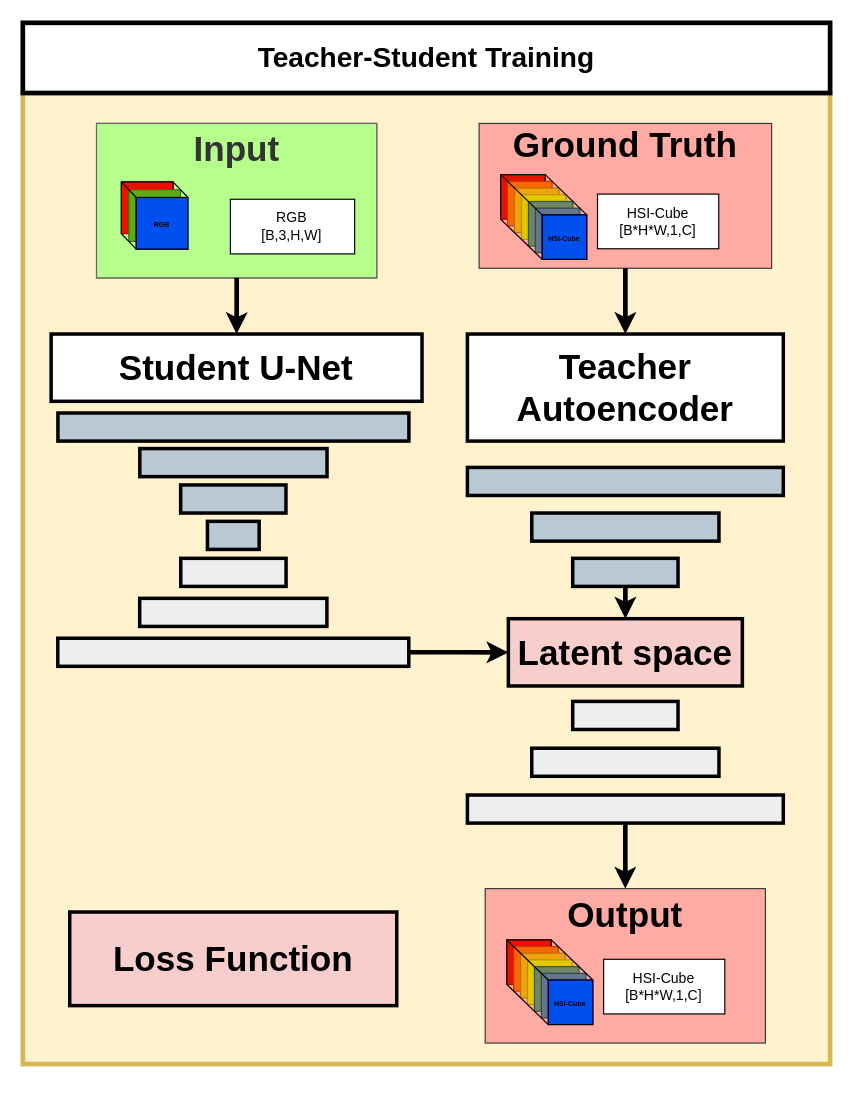
Before: page "Seite-1" (1 of 3) of TeacherStudentModel.drawio in Kevb-source/diagramms.net, a draw.io diagram. Source tidied: cells renumbered, new cells numbered last; positions are measured from the earlier drawing's top-left corner, leaving out a move shared by most shapes. Both pictures are drawn from the tidied source at 117%, with x=0, y=0 at pixel (22, 22).
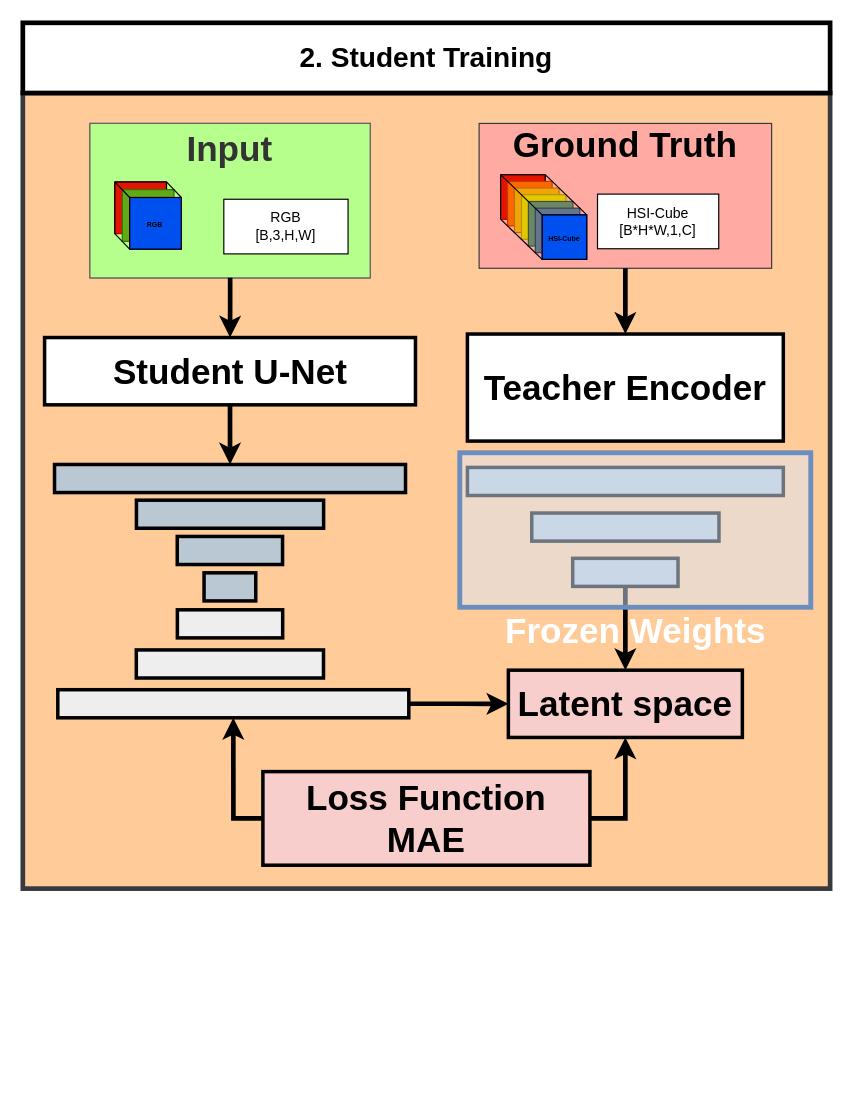
After the change.

The edit, as a diff of the source:
```diff
@@
-    <mxCell id="2" style="rounded=0;whiteSpace=wrap;html=1;strokeWidth=4;fillColor=#fff2cc;strokeColor=#d6b656;" parent="1" vertex="1">
-      <mxGeometry y="60" width="690" height="830" as="geometry" />
+    <mxCell id="2" style="rounded=0;whiteSpace=wrap;html=1;strokeWidth=4;fillColor=#ffcc99;strokeColor=#36393d;" parent="1" vertex="1">
+      <mxGeometry y="60" width="690" height="680" as="geometry" />
     </mxCell>
     <mxCell id="3" style="group;fillColor=#B6FF8D;strokeColor=#36393d;" parent="1" vertex="1">
-      <mxGeometry x="63" y="86" width="239.5" height="132" as="geometry" />
+      <mxGeometry x="57.4" y="86" width="239.5" height="132" as="geometry" />
     </mxCell>
@@
-    <mxCell id="18" value="&lt;h1 align=&quot;center&quot;&gt;Teacher-Student Training&lt;/h1&gt;" style="rounded=0;whiteSpace=wrap;html=1;strokeWidth=4;" parent="1" vertex="1">
+    <mxCell id="18" value="&lt;h1 align=&quot;center&quot;&gt;2. Student Training&lt;/h1&gt;" style="rounded=0;whiteSpace=wrap;html=1;strokeWidth=4;" parent="1" vertex="1">
       <mxGeometry width="690" height="60" as="geometry" />
     </mxCell>
-    <mxCell id="19" value="&lt;font style=&quot;font-size: 30px;&quot;&gt;&lt;b&gt;Teacher Autoencoder&lt;/b&gt;&lt;/font&gt;" style="rounded=0;whiteSpace=wrap;html=1;strokeWidth=3;" parent="1" vertex="1">
+    <mxCell id="19" value="&lt;font style=&quot;font-size: 30px;&quot;&gt;&lt;b&gt;Teacher Encoder&lt;/b&gt;&lt;/font&gt;" style="rounded=0;whiteSpace=wrap;html=1;strokeWidth=3;" parent="1" vertex="1">
       <mxGeometry x="380" y="266" width="270" height="91.5" as="geometry" />
     </mxCell>
@@
     <mxCell id="39" value="&lt;font style=&quot;font-size: 30px; color: rgb(0, 0, 0);&quot;&gt;&lt;b&gt;Student U-Net&lt;/b&gt;&lt;/font&gt;" style="rounded=0;whiteSpace=wrap;html=1;strokeWidth=3;" parent="1" vertex="1">
-      <mxGeometry x="24.2" y="266" width="317" height="57.5" as="geometry" />
+      <mxGeometry x="18.6" y="269" width="317" height="57.5" as="geometry" />
     </mxCell>
     <mxCell id="40" style="rounded=0;whiteSpace=wrap;html=1;fillColor=#BAC8D3;strokeColor=#000000;strokeWidth=3;fontColor=#ffffff;" parent="1" vertex="1">
-      <mxGeometry x="30" y="333.5" width="300" height="24" as="geometry" />
+      <mxGeometry x="27.1" y="377.5" width="300" height="24" as="geometry" />
     </mxCell>
     <mxCell id="41" value="&lt;div&gt;&lt;b&gt;&lt;font style=&quot;font-size: 30px;&quot;&gt;Latent space&lt;/font&gt;&lt;/b&gt;&lt;/div&gt;" style="rounded=0;whiteSpace=wrap;html=1;fillColor=#f8cecc;strokeColor=#000000;strokeWidth=3;" parent="1" vertex="1">
-      <mxGeometry x="415" y="509.3" width="200" height="57.5" as="geometry" />
+      <mxGeometry x="415" y="553.3" width="200" height="57.5" as="geometry" />
     </mxCell>
     <mxCell id="42" style="rounded=0;whiteSpace=wrap;html=1;fillColor=#BAC8D3;strokeColor=#000000;strokeWidth=3;fontColor=#ffffff;" parent="1" vertex="1">
-      <mxGeometry x="157.8" y="426.1" width="44.2" height="24" as="geometry" />
+      <mxGeometry x="154.9" y="470.1" width="44.2" height="24" as="geometry" />
     </mxCell>
     <mxCell id="43" style="rounded=0;whiteSpace=wrap;html=1;fillColor=#BAC8D3;strokeColor=#000000;strokeWidth=3;fontColor=#ffffff;" parent="1" vertex="1">
-      <mxGeometry x="100" y="363.9" width="160" height="24" as="geometry" />
+      <mxGeometry x="97.1" y="408" width="160" height="24" as="geometry" />
     </mxCell>
     <mxCell id="44" style="rounded=0;whiteSpace=wrap;html=1;fillColor=#BAC8D3;strokeColor=#000000;strokeWidth=3;fontColor=#ffffff;" parent="1" vertex="1">
-      <mxGeometry x="134.9" y="395" width="90" height="24" as="geometry" />
+      <mxGeometry x="132" y="439" width="90" height="24" as="geometry" />
     </mxCell>
     <mxCell id="45" style="rounded=0;whiteSpace=wrap;html=1;fillColor=#EEEEEE;strokeColor=#000000;strokeWidth=3;fontColor=#ffffff;" parent="1" vertex="1">
-      <mxGeometry x="135" y="457.7" width="90" height="24" as="geometry" />
+      <mxGeometry x="132.1" y="501.7" width="90" height="24" as="geometry" />
     </mxCell>
     <mxCell id="46" style="rounded=0;whiteSpace=wrap;html=1;fillColor=#EEEEEE;strokeColor=#000000;strokeWidth=3;fontColor=#ffffff;" parent="1" vertex="1">
-      <mxGeometry x="99.9" y="491.9" width="160" height="24" as="geometry" />
+      <mxGeometry x="97" y="536" width="160" height="24" as="geometry" />
     </mxCell>
@@
     <mxCell id="48" style="rounded=0;whiteSpace=wrap;html=1;fillColor=#EEEEEE;strokeColor=#000000;strokeWidth=3;fontColor=#ffffff;" parent="1" vertex="1">
-      <mxGeometry x="29.9" y="526" width="300" height="24" as="geometry" />
+      <mxGeometry x="29.9" y="570" width="300" height="24" as="geometry" />
     </mxCell>
@@
-    <mxCell id="53" style="edgeStyle=orthogonalEdgeStyle;rounded=0;jettySize=auto;html=1;entryX=0.5;entryY=0;entryDx=0;entryDy=0;strokeWidth=4;" parent="1" edge="1" source="54" target="58">
-      <mxGeometry relative="1" as="geometry" />
-    </mxCell>
-    <mxCell id="54" style="rounded=0;whiteSpace=wrap;html=1;fillColor=#EEEEEE;strokeColor=#000000;strokeWidth=3;fontColor=#ffffff;" parent="1" vertex="1">
-      <mxGeometry x="380" y="660" width="270" height="24" as="geometry" />
-    </mxCell>
-    <mxCell id="55" style="rounded=0;whiteSpace=wrap;html=1;fillColor=#EEEEEE;strokeColor=#000000;strokeWidth=3;fontColor=#ffffff;" parent="1" vertex="1">
-      <mxGeometry x="435" y="620" width="160" height="24" as="geometry" />
-    </mxCell>
-    <mxCell id="56" style="rounded=0;whiteSpace=wrap;html=1;fillColor=#EEEEEE;strokeColor=#000000;strokeWidth=3;fontColor=#ffffff;" parent="1" vertex="1">
-      <mxGeometry x="470" y="580" width="90" height="24" as="geometry" />
-    </mxCell>
-    <mxCell id="57" style="group;" parent="1" vertex="1">
-      <mxGeometry x="395.2" y="740" width="239.5" height="150" as="geometry" />
-    </mxCell>
-    <mxCell id="58" value="&lt;br&gt;&lt;h1 align=&quot;center&quot;&gt;&lt;b&gt;&lt;font style=&quot;font-size: 30px;&quot;&gt;Output&lt;/font&gt;&lt;/b&gt;&lt;/h1&gt;&lt;div&gt;&lt;br&gt;&lt;/div&gt;&lt;div&gt;&lt;br&gt;&lt;/div&gt;&lt;div&gt;&lt;br&gt;&lt;/div&gt;&lt;div&gt;&lt;br&gt;&lt;/div&gt;&lt;div&gt;&lt;br&gt;&lt;/div&gt;&lt;div&gt;&lt;br&gt;&lt;/div&gt;&lt;div&gt;&lt;br&gt;&lt;/div&gt;" style="rounded=0;whiteSpace=wrap;html=1;align=center;fillColor=#FFAAA2;strokeColor=#36393d;" parent="57" vertex="1">
-      <mxGeometry width="239.5" height="132" as="geometry" />
-    </mxCell>
-    <mxCell id="59" style="group;" parent="57" vertex="1">
-      <mxGeometry x="18.4" y="43.8" width="82.9" height="80" as="geometry" />
-    </mxCell>
-    <mxCell id="60" style="whiteSpace=wrap;html=1;fillColor=#e51400;fontColor=#ffffff;strokeColor=#B20000;" parent="59" vertex="1">
-      <mxGeometry width="38.1" height="38.1" as="geometry" />
-    </mxCell>
-    <mxCell id="61" style="endArrow=none;html=1;rounded=0;entryX=1;entryY=0;entryDx=0;entryDy=0;exitX=1;exitY=1;exitDx=0;exitDy=0;" parent="59" edge="1" source="60" target="60">
-      <mxGeometry relative="1" as="geometry" />
-    </mxCell>
-    <mxCell id="62" style="whiteSpace=wrap;html=1;fillColor=#fa6800;fontColor=#000000;strokeColor=#C73500;" parent="59" vertex="1">
-      <mxGeometry x="5.9" y="5.7" width="38.1" height="38.1" as="geometry" />
-    </mxCell>
-    <mxCell id="63" style="whiteSpace=wrap;html=1;fillColor=#f0a30a;fontColor=#000000;strokeColor=#BD7000;" parent="59" vertex="1">
-      <mxGeometry x="11.8" y="11.4" width="38.1" height="38.1" as="geometry" />
-    </mxCell>
-    <mxCell id="64" style="whiteSpace=wrap;html=1;fillColor=#e3c800;fontColor=#000000;strokeColor=#B09500;" parent="59" vertex="1">
-      <mxGeometry x="17.8" y="17.1" width="38.1" height="38.1" as="geometry" />
-    </mxCell>
-    <mxCell id="65" style="whiteSpace=wrap;html=1;fillColor=#6d8764;fontColor=#ffffff;strokeColor=#3A5431;" parent="59" vertex="1">
-      <mxGeometry x="23.7" y="22.9" width="38.1" height="38.1" as="geometry" />
-    </mxCell>
-    <mxCell id="66" style="whiteSpace=wrap;html=1;fillColor=#647687;fontColor=#ffffff;strokeColor=#314354;" parent="59" vertex="1">
-      <mxGeometry x="29.6" y="28.6" width="38.1" height="38.1" as="geometry" />
-    </mxCell>
-    <mxCell id="67" style="whiteSpace=wrap;html=1;fillColor=#0050ef;strokeColor=#001DBC;fontColor=#ffffff;" parent="59" vertex="1">
-      <mxGeometry x="35.5" y="34.3" width="38.1" height="38.1" as="geometry" />
-    </mxCell>
-    <mxCell id="68" value="&lt;div align=&quot;center&quot;&gt;&lt;font style=&quot;font-size: 6px;&quot;&gt;&lt;b&gt;HSI-Cube&lt;/b&gt;&lt;/font&gt;&lt;/div&gt;" style="whiteSpace=wrap;html=1;fillColor=none;align=center;" parent="59" vertex="1">
-      <mxGeometry x="35.5" y="34.3" width="38.1" height="38.1" as="geometry" />
-    </mxCell>
-    <mxCell id="69" style="endArrow=none;html=1;rounded=0;entryX=1;entryY=0;entryDx=0;entryDy=0;exitX=1;exitY=0;exitDx=0;exitDy=0;" parent="59" edge="1" source="60" target="68">
-      <mxGeometry relative="1" as="geometry" />
-    </mxCell>
-    <mxCell id="70" style="endArrow=none;html=1;rounded=0;entryX=0;entryY=0;entryDx=0;entryDy=0;exitX=0;exitY=0;exitDx=0;exitDy=0;" parent="59" edge="1" source="60" target="68">
-      <mxGeometry relative="1" as="geometry" />
-    </mxCell>
-    <mxCell id="71" style="endArrow=none;html=1;rounded=0;entryX=0;entryY=1;entryDx=0;entryDy=0;exitX=0;exitY=1;exitDx=0;exitDy=0;" parent="59" edge="1" source="60" target="68">
-      <mxGeometry relative="1" as="geometry" />
-    </mxCell>
-    <mxCell id="72" style="endArrow=none;html=1;rounded=0;entryX=0;entryY=0;entryDx=0;entryDy=0;exitX=0;exitY=1;exitDx=0;exitDy=0;" parent="59" edge="1" source="60" target="60">
-      <mxGeometry relative="1" as="geometry" />
-    </mxCell>
-    <mxCell id="73" style="endArrow=none;html=1;rounded=0;entryX=0;entryY=0;entryDx=0;entryDy=0;exitX=1;exitY=0;exitDx=0;exitDy=0;" parent="59" edge="1" source="60" target="60">
-      <mxGeometry relative="1" as="geometry" />
-    </mxCell>
-    <mxCell id="74" value="HSI-Cube&lt;br&gt;[B*H*W,1,C]" style="rounded=0;whiteSpace=wrap;html=1;" parent="57" vertex="1">
-      <mxGeometry x="101.2" y="60.4" width="103.6" height="46.7" as="geometry" />
-    </mxCell>
+    <mxCell id="76" style="rounded=0;whiteSpace=wrap;html=1;strokeWidth=4;fillColor=#dae8fc;strokeColor=#6c8ebf;opacity=50;" parent="1" vertex="1">
+      <mxGeometry x="373.5" y="367.5" width="300" height="132" as="geometry" />
+    </mxCell>
+    <mxCell id="77" style="endArrow=classic;startArrow=classic;html=1;rounded=0;entryX=0.5;entryY=1;entryDx=0;entryDy=0;exitX=0.5;exitY=1;exitDx=0;exitDy=0;strokeWidth=4;" parent="1" edge="1" source="41" target="48">
+      <mxGeometry relative="1" as="geometry">
+        <Array as="points">
+          <mxPoint x="515" y="680" />
+          <mxPoint x="180" y="680" />
+        </Array>
+      </mxGeometry>
+    </mxCell>
-    <mxCell id="75" value="&lt;div&gt;&lt;b&gt;&lt;font style=&quot;font-size: 30px;&quot;&gt;Loss Function&lt;/font&gt;&lt;/b&gt;&lt;/div&gt;" style="rounded=0;whiteSpace=wrap;html=1;fillColor=#f8cecc;strokeColor=#000000;strokeWidth=3;" parent="1" vertex="1">
-      <mxGeometry x="40.1" y="760" width="279.5" height="80" as="geometry" />
+    <mxCell id="75" value="&lt;div&gt;&lt;b&gt;&lt;font style=&quot;font-size: 30px;&quot;&gt;Loss Function&lt;/font&gt;&lt;/b&gt;&lt;/div&gt;&lt;div&gt;&lt;b&gt;&lt;font style=&quot;font-size: 30px;&quot;&gt;MAE&lt;/font&gt;&lt;/b&gt;&lt;/div&gt;" style="rounded=0;whiteSpace=wrap;html=1;fillColor=#f8cecc;strokeColor=#000000;strokeWidth=3;" parent="1" vertex="1">
+      <mxGeometry x="205.2" y="640" width="279.5" height="80" as="geometry" />
     </mxCell>
+    <mxCell id="78" value="&lt;div style=&quot;line-height: 80%;&quot;&gt;&lt;div&gt;&lt;span style=&quot;color: light-dark(rgb(255, 255, 255), rgb(237, 237, 237));&quot;&gt;&lt;br&gt;&lt;/span&gt;&lt;/div&gt;&lt;div&gt;&lt;span style=&quot;color: light-dark(rgb(255, 255, 255), rgb(237, 237, 237));&quot;&gt;&lt;br&gt;&lt;/span&gt;&lt;/div&gt;&lt;div&gt;&lt;span style=&quot;color: light-dark(rgb(255, 255, 255), rgb(237, 237, 237));&quot;&gt;&lt;br&gt;&lt;/span&gt;&lt;/div&gt;&lt;div&gt;&lt;span style=&quot;color: light-dark(rgb(255, 255, 255), rgb(237, 237, 237));&quot;&gt;&lt;br&gt;&lt;/span&gt;&lt;/div&gt;&lt;div&gt;&lt;span style=&quot;color: light-dark(rgb(255, 255, 255), rgb(237, 237, 237));&quot;&gt;&lt;br&gt;&lt;/span&gt;&lt;/div&gt;&lt;div&gt;&lt;span style=&quot;color: light-dark(rgb(255, 255, 255), rgb(237, 237, 237));&quot;&gt;&lt;br&gt;&lt;/span&gt;&lt;/div&gt;&lt;div&gt;&lt;span style=&quot;color: light-dark(rgb(255, 255, 255), rgb(237, 237, 237));&quot;&gt;&lt;br&gt;&lt;/span&gt;&lt;/div&gt;&lt;div&gt;&lt;span style=&quot;color: light-dark(rgb(255, 255, 255), rgb(237, 237, 237));&quot;&gt;&lt;br&gt;&lt;/span&gt;&lt;/div&gt;&lt;br&gt;&lt;/div&gt;&lt;div style=&quot;line-height: 80%;&quot;&gt;&lt;div&gt;&lt;br&gt;&lt;/div&gt;&lt;div&gt;&lt;br&gt;&lt;/div&gt;&lt;div&gt;&lt;br&gt;&lt;/div&gt;&lt;div&gt;&lt;br&gt;&lt;/div&gt;&lt;div&gt;&lt;br&gt;&lt;/div&gt;&lt;div&gt;&lt;br&gt;&lt;/div&gt;&lt;div&gt;&lt;br&gt;&lt;span style=&quot;color: light-dark(rgb(255, 255, 255), rgb(237, 237, 237));&quot;&gt;&lt;/span&gt;&lt;/div&gt;&lt;div&gt;&lt;span style=&quot;color: light-dark(rgb(255, 255, 255), rgb(237, 237, 237));&quot;&gt;&lt;br&gt;&lt;/span&gt;&lt;/div&gt;&lt;div&gt;&lt;span style=&quot;color: light-dark(rgb(255, 255, 255), rgb(237, 237, 237));&quot;&gt;&lt;br&gt;&lt;/span&gt;&lt;/div&gt;&lt;div&gt;&lt;b style=&quot;color: light-dark(rgb(255, 255, 255), rgb(237, 237, 237));&quot;&gt;&lt;font style=&quot;font-size: 30px; line-height: 80%;&quot;&gt;Frozen Weights&lt;/font&gt;&lt;/b&gt;&lt;/div&gt;&lt;/div&gt;" style="rounded=0;whiteSpace=wrap;html=1;strokeWidth=4;fillColor=none;strokeColor=#6c8ebf;" parent="1" vertex="1">
+      <mxGeometry x="373.5" y="367.5" width="300" height="132" as="geometry" />
+    </mxCell>
+    <mxCell id="79" style="edgeStyle=orthogonalEdgeStyle;rounded=0;jettySize=auto;html=1;strokeWidth=4;" parent="1" edge="1" target="40">
+      <mxGeometry relative="1" as="geometry">
+        <mxPoint x="177.1" y="330" as="sourcePoint" />
+        <Array as="points">
+          <mxPoint x="177.1" y="326.5" />
+        </Array>
+      </mxGeometry>
+    </mxCell>
```
